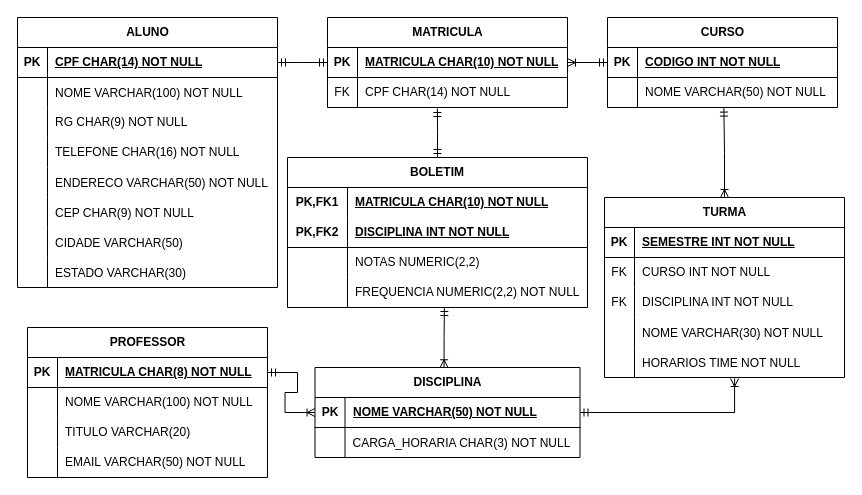
The draw.io diagram atividade db b2.drawio in ngdx4/banco_de_dados1, before the edit. Source tidied: cells renumbered, new cells numbered last; positions are measured from the earlier drawing's top-left corner, leaving out a move shared by most shapes. Both pictures are drawn from the tidied source at 100%, with x=0, y=0 at pixel (17, 17).
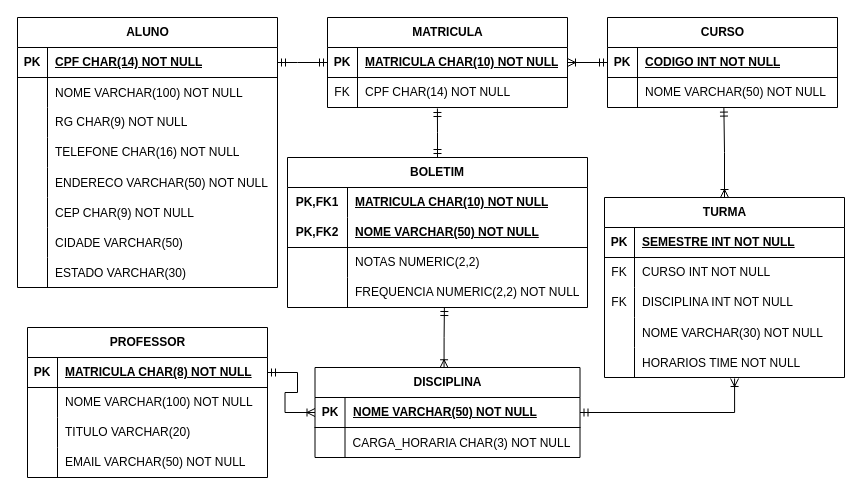
The same diagram, later.

Unchanged cells that the change refers to:
```xml
<mxCell id="86" style="shape=tableRow;horizontal=0;startSize=0;swimlaneHead=0;swimlaneBody=0;fillColor=none;top=0;left=0;right=0;bottom=1;html=1;" parent="82" vertex="1">
  <mxGeometry y="60" width="300" height="30" as="geometry" />
</mxCell>
```

Diff of the diagram source:
```diff
@@
-    <mxCell id="88" value="DISCIPLINA INT NOT NULL" style="shape=partialRectangle;fillColor=none;top=0;left=0;bottom=0;right=0;align=left;spacingLeft=6;fontStyle=5;overflow=hidden;html=1;whiteSpace=wrap;" parent="86" vertex="1">
+    <mxCell id="88" value="NOME VARCHAR(50) NOT NULL" style="shape=partialRectangle;fillColor=none;top=0;left=0;bottom=0;right=0;align=left;spacingLeft=6;fontStyle=5;overflow=hidden;html=1;whiteSpace=wrap;" parent="86" vertex="1">
       <mxGeometry x="60" width="240" height="30" as="geometry" />
     </mxCell>
```
